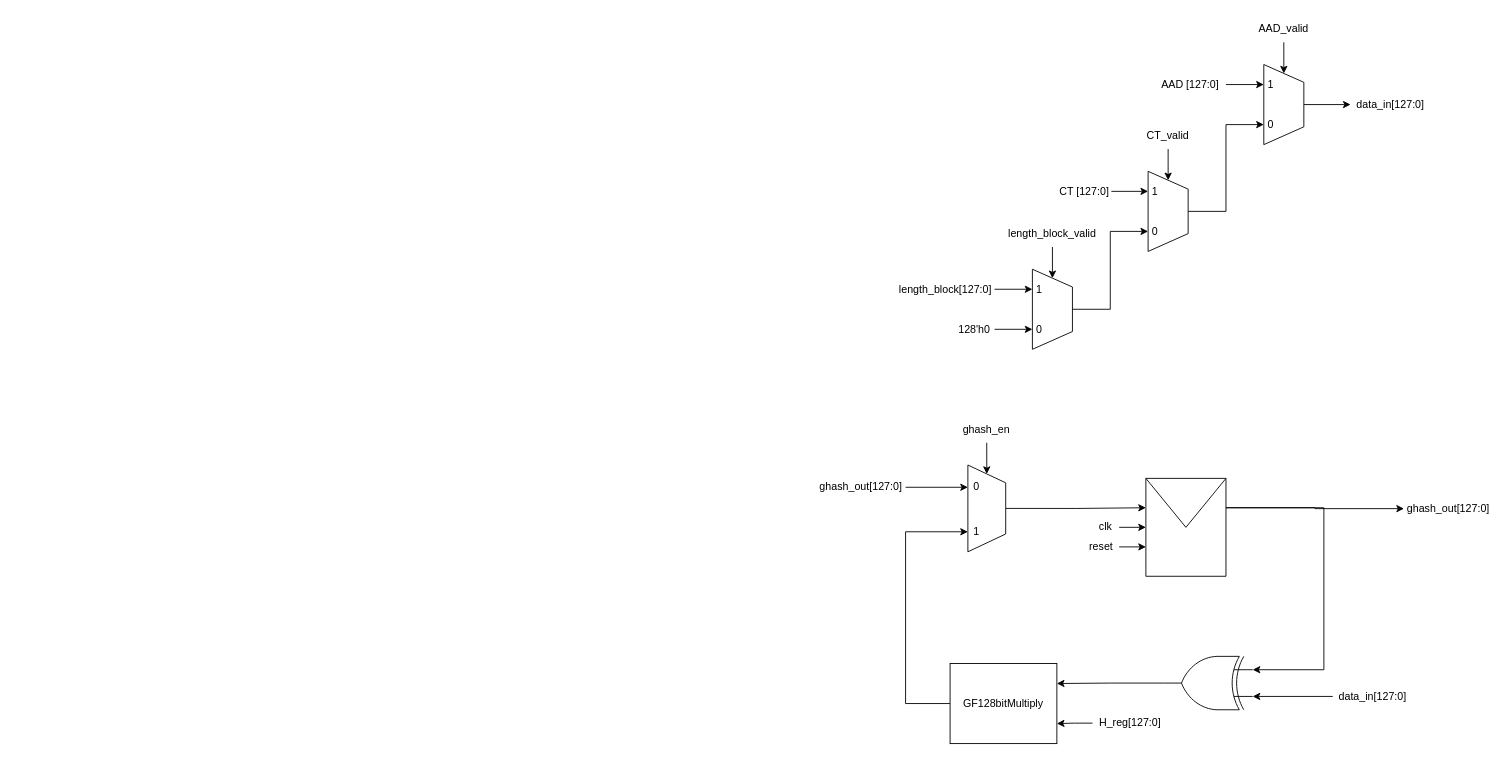
The draw.io diagram Quang Long/_drawio/GHASH low level.drawio in LQLManZz/AES128-Verilog, before the edit. Source tidied: cells renumbered, new cells numbered last; positions are measured from the earlier drawing's top-left corner, leaving out a move shared by most shapes. Both pictures are drawn from the tidied source at 89%, with x=0, y=0 at pixel (816, 15).
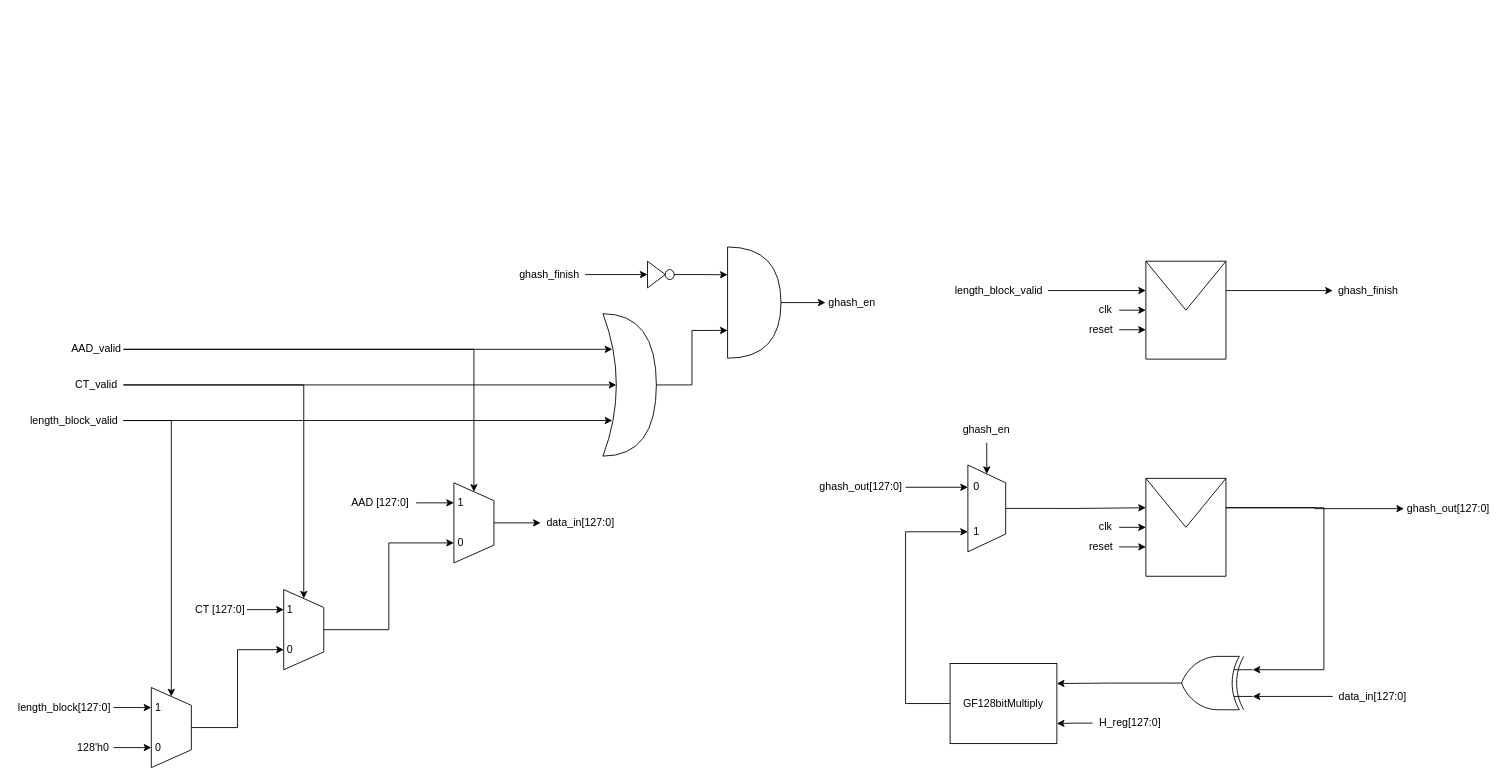
The same diagram, later.

The change refers to these unchanged cells:
```xml
<mxCell id="28" style="shape=trapezoid;perimeter=trapezoidPerimeter;whiteSpace=wrap;html=1;fixedSize=1;rotation=90;" parent="27" vertex="1">
  <mxGeometry y="7.5" width="90" height="45" as="geometry" />
</mxCell>
<mxCell id="38" style="shape=trapezoid;perimeter=trapezoidPerimeter;whiteSpace=wrap;html=1;fixedSize=1;rotation=90;" parent="37" vertex="1">
  <mxGeometry y="7.5" width="90" height="45" as="geometry" />
</mxCell>
<mxCell id="45" style="shape=trapezoid;perimeter=trapezoidPerimeter;whiteSpace=wrap;html=1;fixedSize=1;rotation=90;" parent="44" vertex="1">
  <mxGeometry y="7.5" width="90" height="45" as="geometry" />
</mxCell>
```

The edit, as a diff of the source:
```diff
@@
     <mxCell id="27" style="group;" parent="1" vertex="1">
-      <mxGeometry x="480" y="70" width="90" height="60" as="geometry" />
+      <mxGeometry x="-430" y="540" width="90" height="60" as="geometry" />
     </mxCell>
@@
-    <mxCell id="31" style="edgeStyle=orthogonalEdgeStyle;rounded=0;jettySize=auto;html=1;exitX=0.5;exitY=1;exitDx=0;exitDy=0;entryX=0;entryY=0.5;entryDx=0;entryDy=0;fontFamily=Helvetica;fontSize=12;fontColor=default;" parent="1" edge="1" source="32" target="28">
+    <mxCell id="31" style="edgeStyle=orthogonalEdgeStyle;rounded=0;jettySize=auto;html=1;exitX=1;exitY=0.5;exitDx=0;exitDy=0;entryX=0;entryY=0.5;entryDx=0;entryDy=0;" parent="1" edge="1" source="32" target="28">
       <mxGeometry relative="1" as="geometry" />
     </mxCell>
     <mxCell id="32" value="AAD_valid" style="text;html=1;whiteSpace=wrap;strokeColor=none;fillColor=none;align=center;verticalAlign=middle;rounded=0;" parent="1" vertex="1">
-      <mxGeometry x="495" width="60" height="30" as="geometry" />
+      <mxGeometry x="-838.8" y="360" width="60" height="30" as="geometry" />
     </mxCell>
     <mxCell id="33" value="data_in[127:0]" style="text;html=1;whiteSpace=wrap;strokeColor=none;fillColor=none;align=center;verticalAlign=middle;rounded=0;" parent="1" vertex="1">
-      <mxGeometry x="600" y="85" width="90" height="30" as="geometry" />
+      <mxGeometry x="-310" y="555" width="90" height="30" as="geometry" />
     </mxCell>
@@
     <mxCell id="36" value="AAD [127:0]" style="text;html=1;whiteSpace=wrap;strokeColor=none;fillColor=none;align=center;verticalAlign=middle;rounded=0;" parent="1" vertex="1">
-      <mxGeometry x="380" y="62.5" width="80" height="30" as="geometry" />
+      <mxGeometry x="-530" y="532.5" width="80" height="30" as="geometry" />
     </mxCell>
     <mxCell id="37" style="group;" parent="1" vertex="1">
-      <mxGeometry x="350" y="190" width="90" height="60" as="geometry" />
+      <mxGeometry x="-621.2" y="660" width="90" height="60" as="geometry" />
     </mxCell>
@@
-    <mxCell id="41" style="edgeStyle=orthogonalEdgeStyle;rounded=0;jettySize=auto;html=1;exitX=0.5;exitY=1;exitDx=0;exitDy=0;entryX=0;entryY=0.5;entryDx=0;entryDy=0;fontFamily=Helvetica;fontSize=12;fontColor=default;" parent="1" edge="1" source="42" target="38">
+    <mxCell id="41" style="edgeStyle=orthogonalEdgeStyle;rounded=0;jettySize=auto;html=1;exitX=1;exitY=0.5;exitDx=0;exitDy=0;entryX=0;entryY=0.5;entryDx=0;entryDy=0;" parent="1" edge="1" source="42" target="38">
       <mxGeometry relative="1" as="geometry" />
     </mxCell>
     <mxCell id="42" value="CT_valid" style="text;html=1;whiteSpace=wrap;strokeColor=none;fillColor=none;align=center;verticalAlign=middle;rounded=0;" parent="1" vertex="1">
-      <mxGeometry x="365" y="120" width="60" height="30" as="geometry" />
+      <mxGeometry x="-838.8" y="400" width="60" height="30" as="geometry" />
     </mxCell>
@@
     <mxCell id="44" style="group;" parent="1" vertex="1">
-      <mxGeometry x="220" y="300" width="90" height="60" as="geometry" />
+      <mxGeometry x="-770" y="770" width="90" height="60" as="geometry" />
     </mxCell>
@@
-    <mxCell id="48" style="edgeStyle=orthogonalEdgeStyle;rounded=0;jettySize=auto;html=1;exitX=0.5;exitY=1;exitDx=0;exitDy=0;entryX=0;entryY=0.5;entryDx=0;entryDy=0;fontFamily=Helvetica;fontSize=12;fontColor=default;" parent="1" edge="1" source="49" target="45">
+    <mxCell id="48" style="edgeStyle=orthogonalEdgeStyle;rounded=0;jettySize=auto;html=1;exitX=1;exitY=0.5;exitDx=0;exitDy=0;entryX=0;entryY=0.5;entryDx=0;entryDy=0;" parent="1" edge="1" source="49" target="45">
       <mxGeometry relative="1" as="geometry" />
     </mxCell>
     <mxCell id="49" value="length_block_valid" style="text;html=1;whiteSpace=wrap;strokeColor=none;fillColor=none;align=center;verticalAlign=middle;rounded=0;" parent="1" vertex="1">
-      <mxGeometry x="220" y="230" width="90" height="30" as="geometry" />
+      <mxGeometry x="-888.8" y="440" width="110" height="30" as="geometry" />
     </mxCell>
@@
     <mxCell id="52" value="CT [127:0]" style="text;html=1;whiteSpace=wrap;strokeColor=none;fillColor=none;align=center;verticalAlign=middle;rounded=0;" parent="1" vertex="1">
-      <mxGeometry x="271.2" y="182.5" width="60" height="30" as="geometry" />
+      <mxGeometry x="-700" y="652.5" width="60" height="30" as="geometry" />
     </mxCell>
@@
     <mxCell id="54" value="length_block[127:0]" style="text;html=1;whiteSpace=wrap;strokeColor=none;fillColor=none;align=center;verticalAlign=middle;rounded=0;" parent="1" vertex="1">
-      <mxGeometry x="90" y="292.5" width="110" height="30" as="geometry" />
+      <mxGeometry x="-900" y="762.5" width="110" height="30" as="geometry" />
     </mxCell>
@@
     <mxCell id="56" value="128'h0" style="text;html=1;whiteSpace=wrap;strokeColor=none;fillColor=none;align=center;verticalAlign=middle;rounded=0;" parent="1" vertex="1">
-      <mxGeometry x="155" y="337.5" width="45" height="30" as="geometry" />
+      <mxGeometry x="-835" y="807.5" width="45" height="30" as="geometry" />
     </mxCell>
+    <mxCell id="57" style="shape=xor;whiteSpace=wrap;html=1;shapeInside=1;" parent="1" vertex="1">
+      <mxGeometry x="-240" y="335" width="60" height="160" as="geometry" />
+    </mxCell>
+    <mxCell id="58" style="edgeStyle=orthogonalEdgeStyle;rounded=0;jettySize=auto;html=1;exitX=1;exitY=0.5;exitDx=0;exitDy=0;entryX=0.175;entryY=0.25;entryDx=0;entryDy=0;entryPerimeter=0;" parent="1" edge="1" source="32" target="57">
+      <mxGeometry relative="1" as="geometry" />
+    </mxCell>
+    <mxCell id="59" style="edgeStyle=orthogonalEdgeStyle;rounded=0;jettySize=auto;html=1;exitX=1;exitY=0.5;exitDx=0;exitDy=0;entryX=0.25;entryY=0.5;entryDx=0;entryDy=0;entryPerimeter=0;" parent="1" edge="1" source="42" target="57">
+      <mxGeometry relative="1" as="geometry" />
+    </mxCell>
+    <mxCell id="60" style="edgeStyle=orthogonalEdgeStyle;rounded=0;jettySize=auto;html=1;exitX=1;exitY=0.5;exitDx=0;exitDy=0;entryX=0.175;entryY=0.75;entryDx=0;entryDy=0;entryPerimeter=0;" parent="1" edge="1" source="49" target="57">
+      <mxGeometry relative="1" as="geometry" />
+    </mxCell>
+    <mxCell id="61" style="edgeStyle=orthogonalEdgeStyle;rounded=0;jettySize=auto;html=1;exitX=1;exitY=0.5;exitDx=0;exitDy=0;exitPerimeter=0;entryX=0;entryY=0.5;entryDx=0;entryDy=0;" parent="1" edge="1" source="62" target="63">
+      <mxGeometry relative="1" as="geometry" />
+    </mxCell>
+    <mxCell id="62" style="shape=or;whiteSpace=wrap;html=1;shapeInside=1;" parent="1" vertex="1">
+      <mxGeometry x="-100" y="260" width="60" height="125" as="geometry" />
+    </mxCell>
+    <mxCell id="63" value="ghash_en" style="text;html=1;whiteSpace=wrap;strokeColor=none;fillColor=none;align=center;verticalAlign=middle;rounded=0;" parent="1" vertex="1">
+      <mxGeometry x="10" y="307.5" width="60" height="30" as="geometry" />
+    </mxCell>
+    <mxCell id="64" style="edgeStyle=orthogonalEdgeStyle;rounded=0;jettySize=auto;html=1;exitX=1;exitY=0.5;exitDx=0;exitDy=0;exitPerimeter=0;entryX=0;entryY=0.75;entryDx=0;entryDy=0;entryPerimeter=0;" parent="1" edge="1" source="57" target="62">
+      <mxGeometry relative="1" as="geometry" />
+    </mxCell>
+    <mxCell id="65" style="edgeStyle=orthogonalEdgeStyle;rounded=0;jettySize=auto;html=1;exitX=1;exitY=0.5;exitDx=0;exitDy=0;entryX=0;entryY=0.5;entryDx=0;entryDy=0;" parent="1" edge="1" source="66" target="68">
+      <mxGeometry relative="1" as="geometry" />
+    </mxCell>
+    <mxCell id="66" value="ghash_finish" style="text;html=1;whiteSpace=wrap;strokeColor=none;fillColor=none;align=center;verticalAlign=middle;rounded=0;" parent="1" vertex="1">
+      <mxGeometry x="-340" y="276" width="80" height="30" as="geometry" />
+    </mxCell>
+    <mxCell id="67" style="group;" parent="1" vertex="1">
+      <mxGeometry x="-190" y="276" width="30" height="30" as="geometry" />
+    </mxCell>
+    <mxCell id="68" style="triangle;whiteSpace=wrap;html=1;" parent="67" vertex="1">
+      <mxGeometry width="20" height="30" as="geometry" />
+    </mxCell>
+    <mxCell id="69" style="ellipse;whiteSpace=wrap;html=1;" parent="67" vertex="1">
+      <mxGeometry x="20" y="9.4" width="10" height="11.2" as="geometry" />
+    </mxCell>
+    <mxCell id="70" style="edgeStyle=orthogonalEdgeStyle;rounded=0;jettySize=auto;html=1;exitX=1;exitY=0.5;exitDx=0;exitDy=0;entryX=0;entryY=0.25;entryDx=0;entryDy=0;entryPerimeter=0;" parent="1" edge="1" source="69" target="62">
+      <mxGeometry relative="1" as="geometry" />
+    </mxCell>
+    <mxCell id="71" style="edgeStyle=orthogonalEdgeStyle;rounded=0;jettySize=auto;html=1;exitX=1;exitY=0.3;exitDx=0;exitDy=0;entryX=0;entryY=0.5;entryDx=0;entryDy=0;" parent="1" edge="1" source="72" target="77">
+      <mxGeometry relative="1" as="geometry" />
+    </mxCell>
+    <mxCell id="72" style="shape=message;html=1;html=1;outlineConnect=0;labelPosition=center;verticalLabelPosition=bottom;align=center;verticalAlign=top;" parent="1" vertex="1">
+      <mxGeometry x="370" y="276" width="90" height="110" as="geometry" />
+    </mxCell>
+    <mxCell id="73" style="edgeStyle=orthogonalEdgeStyle;rounded=0;jettySize=auto;html=1;exitX=1;exitY=0.5;exitDx=0;exitDy=0;entryX=0;entryY=0.5;entryDx=0;entryDy=0;" parent="1" edge="1" source="74" target="72">
+      <mxGeometry relative="1" as="geometry" />
+    </mxCell>
+    <mxCell id="74" value="clk" style="text;html=1;whiteSpace=wrap;strokeColor=none;fillColor=none;align=center;verticalAlign=middle;rounded=0;" parent="1" vertex="1">
+      <mxGeometry x="310" y="316" width="30" height="30" as="geometry" />
+    </mxCell>
+    <mxCell id="75" style="edgeStyle=orthogonalEdgeStyle;rounded=0;jettySize=auto;html=1;exitX=1;exitY=0.5;exitDx=0;exitDy=0;entryX=0;entryY=0.7;entryDx=0;entryDy=0;" parent="1" edge="1" source="76" target="72">
+      <mxGeometry relative="1" as="geometry" />
+    </mxCell>
+    <mxCell id="76" value="reset" style="text;html=1;whiteSpace=wrap;strokeColor=none;fillColor=none;align=center;verticalAlign=middle;rounded=0;" parent="1" vertex="1">
+      <mxGeometry x="300" y="338" width="40" height="30" as="geometry" />
+    </mxCell>
+    <mxCell id="77" value="ghash_finish" style="text;html=1;whiteSpace=wrap;strokeColor=none;fillColor=none;align=center;verticalAlign=middle;rounded=0;" parent="1" vertex="1">
+      <mxGeometry x="580" y="294" width="80" height="30" as="geometry" />
+    </mxCell>
+    <mxCell id="78" style="edgeStyle=orthogonalEdgeStyle;rounded=0;jettySize=auto;html=1;exitX=1;exitY=0.5;exitDx=0;exitDy=0;entryX=0;entryY=0.3;entryDx=0;entryDy=0;" parent="1" edge="1" source="79" target="72">
+      <mxGeometry relative="1" as="geometry" />
+    </mxCell>
+    <mxCell id="79" value="length_block_valid" style="text;html=1;whiteSpace=wrap;strokeColor=none;fillColor=none;align=center;verticalAlign=middle;rounded=0;" parent="1" vertex="1">
+      <mxGeometry x="150" y="294" width="110" height="30" as="geometry" />
+    </mxCell>
```
